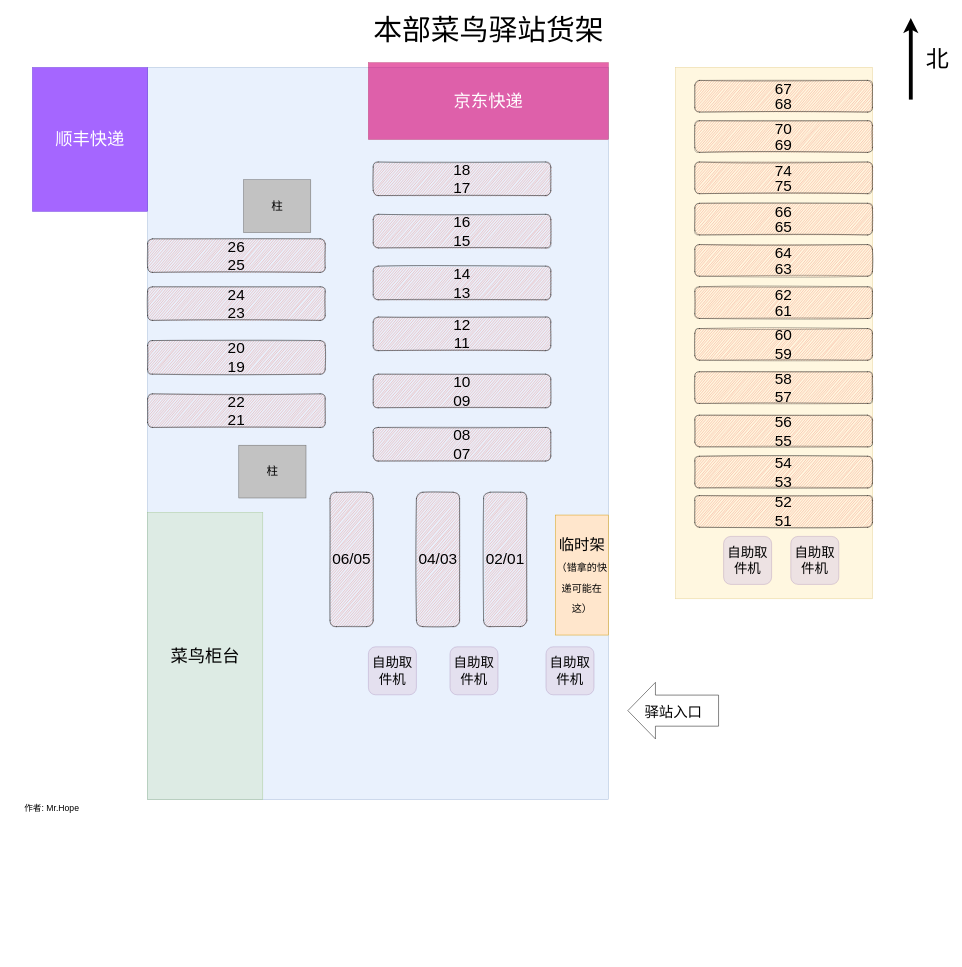
Before: img/express/benbu.drawio in inNENU/resource, a draw.io diagram. Source tidied: cells renumbered, new cells numbered last; positions are measured from the earlier drawing's top-left corner, leaving out a move shared by most shapes. Both pictures are drawn from the tidied source at 48%, with x=0, y=0 at pixel (18, 8).
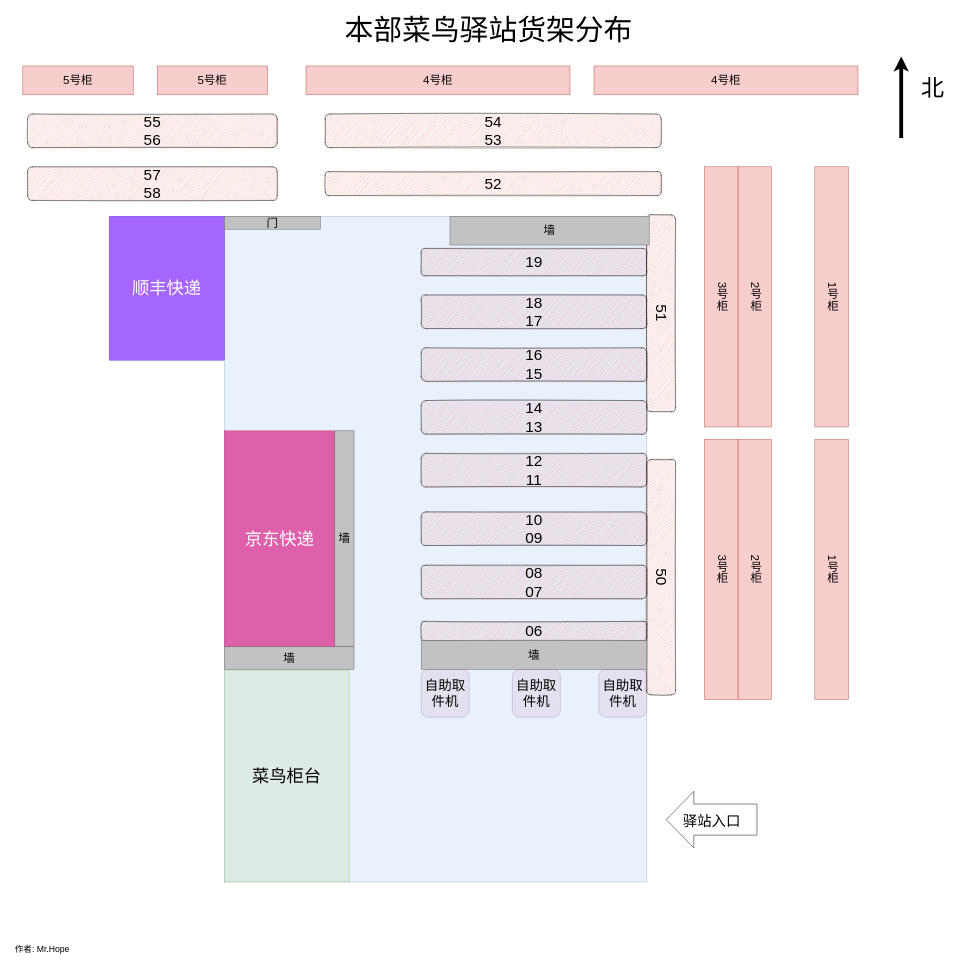
Above is the later version.

What changed in the source:
```diff
@@
     <mxCell id="2" style="rounded=0;whiteSpace=wrap;html=1;fillColor=#dae8fc;strokeColor=#6c8ebf;align=right;opacity=60;fontSize=36;labelPosition=left;verticalLabelPosition=middle;verticalAlign=middle;" parent="1" vertex="1">
-      <mxGeometry x="270" y="123" width="960" height="1525" as="geometry" />
+      <mxGeometry x="430" y="433" width="880" height="1387" as="geometry" />
     </mxCell>
-    <mxCell id="3" style="rounded=0;whiteSpace=wrap;html=1;fillColor=#fff2cc;strokeColor=#d6b656;align=center;opacity=60;fontSize=36;" parent="1" vertex="1">
-      <mxGeometry x="1370" y="123" width="410" height="1107" as="geometry" />
-    </mxCell>
     <mxCell id="4" value="菜鸟柜台" style="rounded=0;whiteSpace=wrap;html=1;shadow=0;glass=0;sketch=0;fillStyle=auto;fontSize=36;fillColor=#d5e8d4;opacity=60;strokeColor=#82b366;" parent="1" vertex="1">
-      <mxGeometry x="270" y="1050" width="240" height="598" as="geometry" />
+      <mxGeometry x="430" y="1380" width="260" height="440" as="geometry" />
     </mxCell>
     <mxCell id="5" value="京东快递" style="rounded=0;whiteSpace=wrap;html=1;shadow=0;glass=0;sketch=0;fillStyle=auto;fontSize=36;fillColor=#d80073;opacity=60;fontColor=#ffffff;strokeColor=#A50040;" parent="1" vertex="1">
-      <mxGeometry x="730" y="113" width="500" height="160" as="geometry" />
+      <mxGeometry x="430" y="880" width="230" height="450" as="geometry" />
     </mxCell>
     <mxCell id="6" value="&lt;font style=&quot;font-size: 30px;&quot;&gt;驿站入口&lt;/font&gt;" style="shape=flexArrow;endArrow=classic;html=1;rounded=0;fontSize=36;width=64.76190476190476;endSize=18.83809523809524;endWidth=52.06349206349206;" parent="1" edge="1">
       <mxGeometry relative="1" as="geometry">
-        <mxPoint x="1460" y="1463" as="sourcePoint" />
-        <mxPoint x="1270" y="1463" as="targetPoint" />
+        <mxPoint x="1540" y="1690" as="sourcePoint" />
+        <mxPoint x="1350" y="1690" as="targetPoint" />
       </mxGeometry>
     </mxCell>
-    <mxCell id="7" value="&lt;font style=&quot;font-size: 60px;&quot;&gt;本部菜鸟驿站货架&lt;/font&gt;" style="text;html=1;align=center;verticalAlign=middle;fillColor=none;strokeColor=none;rounded=0;fontSize=36;" parent="1" vertex="1">
-      <mxGeometry x="730" width="500" height="90" as="geometry" />
+    <mxCell id="7" value="&lt;font style=&quot;font-size: 60px;&quot;&gt;本部菜鸟驿站货架分布&lt;/font&gt;" style="text;html=1;align=center;verticalAlign=middle;fillColor=none;strokeColor=none;rounded=0;fontSize=36;" parent="1" vertex="1">
+      <mxGeometry x="670" width="620" height="90" as="geometry" />
     </mxCell>
     <mxCell id="8" value="作者: Mr.Hope" style="text;html=1;align=center;verticalAlign=middle;fillColor=none;strokeColor=none;rounded=0;fontSize=18;" parent="1" vertex="1">
-      <mxGeometry y="1647" width="140" height="40" as="geometry" />
+      <mxGeometry x="-20" y="1940" width="140" height="40" as="geometry" />
     </mxCell>
     <mxCell id="9" style="group;" parent="1" vertex="1">
-      <mxGeometry x="1860" y="20" width="90" height="170" as="geometry" />
+      <mxGeometry x="1840" y="100" width="90" height="170" as="geometry" />
     </mxCell>
@@
     <mxCell id="11" value="&lt;font style=&quot;font-size: 48px;&quot;&gt;北&lt;/font&gt;" style="text;html=1;align=center;verticalAlign=middle;fillColor=none;strokeColor=none;rounded=0;fontSize=36;" parent="9" vertex="1">
-      <mxGeometry x="20" y="50" width="70" height="70" as="geometry" />
+      <mxGeometry x="30" y="30" width="70" height="70" as="geometry" />
     </mxCell>
-    <mxCell id="12" value="&lt;font style=&quot;font-size: 32px;&quot;&gt;临时架&lt;/font&gt;&lt;br&gt;&lt;font style=&quot;font-size: 21px;&quot;&gt;（错拿的快递可能在这）&lt;/font&gt;" style="rounded=0;whiteSpace=wrap;html=1;shadow=0;glass=0;sketch=0;fillColor=#ffe6cc;strokeColor=#d79b00;fontSize=36;" parent="1" vertex="1">
-      <mxGeometry x="1120" y="1055.5" width="110" height="250" as="geometry" />
-    </mxCell>
-    <mxCell id="13" value="02/01" style="rounded=1;whiteSpace=wrap;html=1;shadow=0;glass=0;sketch=1;fillStyle=auto;fontSize=32;fontColor=none;fillColor=#E85642;gradientColor=none;opacity=60;" parent="1" vertex="1">
-      <mxGeometry x="970" y="1008" width="90" height="280" as="geometry" />
-    </mxCell>
-    <mxCell id="14" value="04/03" style="rounded=1;whiteSpace=wrap;html=1;shadow=0;glass=0;sketch=1;fillStyle=auto;fontSize=32;fontColor=none;fillColor=#E85642;gradientColor=none;opacity=60;" parent="1" vertex="1">
-      <mxGeometry x="830" y="1008" width="90" height="280" as="geometry" />
-    </mxCell>
-    <mxCell id="15" value="06/05" style="rounded=1;whiteSpace=wrap;html=1;shadow=0;glass=0;sketch=1;fillStyle=auto;fontSize=32;fontColor=none;fillColor=#E85642;gradientColor=none;opacity=60;" parent="1" vertex="1">
-      <mxGeometry x="650" y="1008" width="90" height="280" as="geometry" />
-    </mxCell>
     <mxCell id="16" value="08&lt;br style=&quot;font-size: 32px;&quot;&gt;07" style="rounded=1;whiteSpace=wrap;html=1;shadow=0;glass=0;sketch=1;fillStyle=auto;fontSize=32;fontColor=none;fillColor=#E85642;gradientColor=none;opacity=60;spacing=2;" parent="1" vertex="1">
-      <mxGeometry x="740" y="873" width="370" height="70" as="geometry" />
+      <mxGeometry x="840" y="1160" width="470" height="70" as="geometry" />
     </mxCell>
     <mxCell id="17" value="10&lt;br style=&quot;font-size: 32px;&quot;&gt;09" style="rounded=1;whiteSpace=wrap;html=1;shadow=0;glass=0;sketch=1;fillStyle=auto;fontSize=32;fontColor=none;fillColor=#E85642;gradientColor=none;opacity=60;spacing=2;" parent="1" vertex="1">
-      <mxGeometry x="740" y="762" width="370" height="70" as="geometry" />
+      <mxGeometry x="840" y="1049" width="470" height="70" as="geometry" />
     </mxCell>
@@
     <mxCell id="19" value="12&lt;br style=&quot;font-size: 32px;&quot;&gt;11" style="rounded=1;whiteSpace=wrap;html=1;shadow=0;glass=0;sketch=1;fillStyle=auto;fontSize=32;fontColor=none;fillColor=#E85642;gradientColor=none;opacity=60;spacing=2;" parent="1" vertex="1">
-      <mxGeometry x="740" y="643" width="370" height="70" as="geometry" />
+      <mxGeometry x="840" y="927" width="470" height="70" as="geometry" />
     </mxCell>
     <mxCell id="20" value="14&lt;br style=&quot;font-size: 32px;&quot;&gt;13" style="rounded=1;whiteSpace=wrap;html=1;shadow=0;glass=0;sketch=1;fillStyle=auto;fontSize=32;fontColor=none;fillColor=#E85642;gradientColor=none;opacity=60;spacing=2;" parent="1" vertex="1">
-      <mxGeometry x="740" y="537" width="370" height="70" as="geometry" />
+      <mxGeometry x="840" y="817" width="470" height="70" as="geometry" />
     </mxCell>
     <mxCell id="21" value="16&lt;br style=&quot;font-size: 32px;&quot;&gt;15" style="rounded=1;whiteSpace=wrap;html=1;shadow=0;glass=0;sketch=1;fillStyle=auto;fontSize=32;fontColor=none;fillColor=#E85642;gradientColor=none;opacity=60;spacing=2;" parent="1" vertex="1">
-      <mxGeometry x="740" y="429" width="370" height="70" as="geometry" />
+      <mxGeometry x="840" y="707" width="470" height="70" as="geometry" />
     </mxCell>
-    <mxCell id="22" value="18&lt;br style=&quot;font-size: 32px;&quot;&gt;17" style="rounded=1;whiteSpace=wrap;html=1;shadow=0;glass=0;sketch=1;fillStyle=auto;fontSize=32;fontColor=none;fillColor=#E85642;gradientColor=none;opacity=60;spacing=2;" parent="1" vertex="1">
-      <mxGeometry x="740" y="320" width="370" height="70" as="geometry" />
+    <mxCell id="22" value="55&lt;div&gt;56&lt;/div&gt;" style="rounded=1;whiteSpace=wrap;html=1;shadow=0;glass=0;sketch=1;fillStyle=auto;fontSize=32;fontColor=none;fillColor=#E85642;gradientColor=none;opacity=60;spacing=2;" parent="1" vertex="1">
+      <mxGeometry x="20" y="220" width="520" height="70" as="geometry" />
     </mxCell>
     <mxCell id="23" value="顺丰快递" style="rounded=0;whiteSpace=wrap;html=1;shadow=0;glass=0;sketch=0;fillStyle=auto;fontSize=36;fillColor=#6a00ff;opacity=60;fontColor=#ffffff;strokeColor=#3700CC;" parent="1" vertex="1">
-      <mxGeometry x="30" y="123" width="240" height="300" as="geometry" />
+      <mxGeometry x="190" y="433" width="240" height="300" as="geometry" />
     </mxCell>
-    <mxCell id="24" value="22&lt;br style=&quot;font-size: 32px;&quot;&gt;21" style="rounded=1;whiteSpace=wrap;html=1;shadow=0;glass=0;sketch=1;fillStyle=auto;fontSize=32;fontColor=none;fillColor=#E85642;gradientColor=none;opacity=60;spacing=2;" parent="1" vertex="1">
-      <mxGeometry x="270" y="803" width="370" height="70" as="geometry" />
-    </mxCell>
-    <mxCell id="25" value="24&lt;br style=&quot;font-size: 32px;&quot;&gt;23" style="rounded=1;whiteSpace=wrap;html=1;shadow=0;glass=0;sketch=1;fillStyle=auto;fontSize=32;fontColor=none;fillColor=#E85642;gradientColor=none;opacity=60;spacing=2;" parent="1" vertex="1">
-      <mxGeometry x="270" y="580" width="370" height="70" as="geometry" />
-    </mxCell>
-    <mxCell id="26" value="26&lt;br style=&quot;font-size: 32px;&quot;&gt;25" style="rounded=1;whiteSpace=wrap;html=1;shadow=0;glass=0;sketch=1;fillStyle=auto;fontSize=32;fontColor=none;fillColor=#E85642;gradientColor=none;opacity=60;spacing=2;" parent="1" vertex="1">
-      <mxGeometry x="270" y="480" width="370" height="70" as="geometry" />
-    </mxCell>
-    <mxCell id="27" value="柱" style="rounded=0;whiteSpace=wrap;html=1;glass=0;shadow=0;sketch=0;fillColor=#C2C2C2;gradientColor=none;strokeColor=#666666;fillStyle=auto;fontSize=24;" parent="1" vertex="1">
-      <mxGeometry x="460" y="910" width="140" height="110" as="geometry" />
-    </mxCell>
-    <mxCell id="28" value="柱" style="rounded=0;whiteSpace=wrap;html=1;glass=0;shadow=0;sketch=0;fillColor=#C2C2C2;gradientColor=none;strokeColor=#666666;fillStyle=auto;fontSize=24;" parent="1" vertex="1">
-      <mxGeometry x="470" y="357" width="140" height="110" as="geometry" />
+    <mxCell id="28" value="墙" style="rounded=0;whiteSpace=wrap;html=1;glass=0;shadow=0;sketch=0;fillColor=#C2C2C2;gradientColor=none;strokeColor=#666666;fillStyle=auto;fontSize=24;" parent="1" vertex="1">
+      <mxGeometry x="660" y="880" width="40" height="450" as="geometry" />
     </mxCell>
-    <mxCell id="29" value="&lt;p style=&quot;line-height: 100%;&quot;&gt;67&lt;br&gt;68&lt;/p&gt;" style="rounded=1;whiteSpace=wrap;html=1;shadow=0;glass=0;sketch=1;fillStyle=auto;fontSize=32;fontColor=none;fillColor=#E85642;gradientColor=none;opacity=60;spacing=2;" parent="1" vertex="1">
-      <mxGeometry x="1410" y="150" width="370" height="66" as="geometry" />
-    </mxCell>
-    <mxCell id="30" value="&lt;p style=&quot;line-height: 100%;&quot;&gt;70&lt;br&gt;69&lt;/p&gt;" style="rounded=1;whiteSpace=wrap;html=1;shadow=0;glass=0;sketch=1;fillStyle=auto;fontSize=32;fontColor=none;fillColor=#E85642;gradientColor=none;opacity=60;spacing=2;" parent="1" vertex="1">
-      <mxGeometry x="1410" y="234" width="370" height="66" as="geometry" />
-    </mxCell>
-    <mxCell id="31" value="&lt;p style=&quot;line-height: 100%;&quot;&gt;74&lt;br&gt;75&lt;/p&gt;" style="rounded=1;whiteSpace=wrap;html=1;shadow=0;glass=0;sketch=1;fillStyle=auto;fontSize=32;fontColor=none;fillColor=#E85642;gradientColor=none;opacity=60;spacing=2;" parent="1" vertex="1">
-      <mxGeometry x="1410" y="320" width="370" height="66" as="geometry" />
-    </mxCell>
-    <mxCell id="32" value="&lt;p style=&quot;line-height: 100%;&quot;&gt;66&lt;br&gt;65&lt;/p&gt;" style="rounded=1;whiteSpace=wrap;html=1;shadow=0;glass=0;sketch=1;fillStyle=auto;fontSize=32;fontColor=none;fillColor=#E85642;gradientColor=none;opacity=60;spacing=2;" parent="1" vertex="1">
-      <mxGeometry x="1410" y="406" width="370" height="66" as="geometry" />
-    </mxCell>
-    <mxCell id="33" value="&lt;p style=&quot;line-height: 100%;&quot;&gt;64&lt;br&gt;63&lt;/p&gt;" style="rounded=1;whiteSpace=wrap;html=1;shadow=0;glass=0;sketch=1;fillStyle=auto;fontSize=32;fontColor=none;fillColor=#E85642;gradientColor=none;opacity=60;spacing=2;" parent="1" vertex="1">
-      <mxGeometry x="1410" y="492" width="370" height="66" as="geometry" />
-    </mxCell>
-    <mxCell id="34" value="&lt;p style=&quot;line-height: 100%;&quot;&gt;62&lt;br&gt;61&lt;/p&gt;" style="rounded=1;whiteSpace=wrap;html=1;shadow=0;glass=0;sketch=1;fillStyle=auto;fontSize=32;fontColor=none;fillColor=#E85642;gradientColor=none;opacity=60;spacing=2;" parent="1" vertex="1">
-      <mxGeometry x="1410" y="580" width="370" height="66" as="geometry" />
-    </mxCell>
-    <mxCell id="35" value="自助取件机" style="rounded=1;whiteSpace=wrap;html=1;shadow=0;glass=0;sketch=0;fillStyle=auto;fontSize=28;fillColor=#e1d5e7;opacity=60;strokeColor=#9673a6;" parent="1" vertex="1">
-      <mxGeometry x="1470" y="1100" width="100" height="100" as="geometry" />
-    </mxCell>
-    <mxCell id="36" value="60&lt;br&gt;59" style="rounded=1;whiteSpace=wrap;html=1;shadow=0;glass=0;sketch=1;fillStyle=auto;fontSize=32;fontColor=none;fillColor=#E85642;gradientColor=none;opacity=60;spacing=2;" parent="1" vertex="1">
-      <mxGeometry x="1410" y="667" width="370" height="66" as="geometry" />
-    </mxCell>
-    <mxCell id="37" value="58&lt;br&gt;57" style="rounded=1;whiteSpace=wrap;html=1;shadow=0;glass=0;sketch=1;fillStyle=auto;fontSize=32;fontColor=none;fillColor=#E85642;gradientColor=none;opacity=60;spacing=2;" parent="1" vertex="1">
-      <mxGeometry x="1410" y="757" width="370" height="66" as="geometry" />
-    </mxCell>
-    <mxCell id="38" value="56&lt;br&gt;55" style="rounded=1;whiteSpace=wrap;html=1;shadow=0;glass=0;sketch=1;fillStyle=auto;fontSize=32;fontColor=none;fillColor=#E85642;gradientColor=none;opacity=60;spacing=2;" parent="1" vertex="1">
-      <mxGeometry x="1410" y="847.5" width="370" height="66" as="geometry" />
-    </mxCell>
-    <mxCell id="39" value="54&lt;br&gt;53" style="rounded=1;whiteSpace=wrap;html=1;shadow=0;glass=0;sketch=1;fillStyle=auto;fontSize=32;fontColor=none;fillColor=#E85642;gradientColor=none;opacity=60;spacing=2;" parent="1" vertex="1">
-      <mxGeometry x="1410" y="933" width="370" height="66" as="geometry" />
-    </mxCell>
-    <mxCell id="40" value="52&lt;br&gt;51" style="rounded=1;whiteSpace=wrap;html=1;shadow=0;glass=0;sketch=1;fillStyle=auto;fontSize=32;fontColor=none;fillColor=#E85642;gradientColor=none;opacity=60;spacing=2;" parent="1" vertex="1">
-      <mxGeometry x="1410" y="1015" width="370" height="66" as="geometry" />
-    </mxCell>
-    <mxCell id="41" value="自助取件机" style="rounded=1;whiteSpace=wrap;html=1;shadow=0;glass=0;sketch=0;fillStyle=auto;fontSize=28;fillColor=#e1d5e7;opacity=60;strokeColor=#9673a6;" parent="1" vertex="1">
-      <mxGeometry x="1610" y="1100" width="100" height="100" as="geometry" />
-    </mxCell>
     <mxCell id="42" value="自助取件机" style="rounded=1;whiteSpace=wrap;html=1;shadow=0;glass=0;sketch=0;fillStyle=auto;fontSize=28;fillColor=#e1d5e7;opacity=60;strokeColor=#9673a6;" parent="1" vertex="1">
-      <mxGeometry x="730" y="1330" width="100" height="100" as="geometry" />
+      <mxGeometry x="840" y="1377" width="100" height="100" as="geometry" />
     </mxCell>
     <mxCell id="43" value="自助取件机" style="rounded=1;whiteSpace=wrap;html=1;shadow=0;glass=0;sketch=0;fillStyle=auto;fontSize=28;fillColor=#e1d5e7;opacity=60;strokeColor=#9673a6;" parent="1" vertex="1">
-      <mxGeometry x="900" y="1330" width="100" height="100" as="geometry" />
+      <mxGeometry x="1030" y="1377" width="100" height="100" as="geometry" />
     </mxCell>
-    <mxCell id="44" value="20&lt;br&gt;19" style="rounded=1;whiteSpace=wrap;html=1;shadow=0;glass=0;sketch=1;fillStyle=auto;fontSize=32;fontColor=none;fillColor=#E85642;gradientColor=none;opacity=60;spacing=2;" parent="1" vertex="1">
-      <mxGeometry x="270" y="692" width="370" height="70" as="geometry" />
-    </mxCell>
     <mxCell id="45" value="自助取件机" style="rounded=1;whiteSpace=wrap;html=1;shadow=0;glass=0;sketch=0;fillStyle=auto;fontSize=28;fillColor=#e1d5e7;opacity=60;strokeColor=#9673a6;" parent="1" vertex="1">
-      <mxGeometry x="1100" y="1330" width="100" height="100" as="geometry" />
+      <mxGeometry x="1210" y="1377" width="100" height="100" as="geometry" />
     </mxCell>
+    <mxCell id="46" value="门" style="rounded=0;whiteSpace=wrap;html=1;glass=0;shadow=0;sketch=0;fillColor=#C2C2C2;gradientColor=none;strokeColor=#666666;fillStyle=auto;fontSize=24;" parent="1" vertex="1">
+      <mxGeometry x="430" y="433" width="200" height="27" as="geometry" />
+    </mxCell>
+    <mxCell id="47" value="57&lt;div&gt;58&lt;/div&gt;" style="rounded=1;whiteSpace=wrap;html=1;shadow=0;glass=0;sketch=1;fillStyle=auto;fontSize=32;fontColor=none;fillColor=#E85642;gradientColor=none;opacity=60;spacing=2;" parent="1" vertex="1">
+      <mxGeometry x="20" y="330" width="520" height="70" as="geometry" />
+    </mxCell>
+    <mxCell id="48" value="5号柜" style="rounded=0;whiteSpace=wrap;html=1;glass=0;shadow=0;sketch=0;fillColor=#f8cecc;strokeColor=#b85450;fillStyle=auto;fontSize=24;" parent="1" vertex="1">
+      <mxGeometry x="290" y="120" width="230" height="60" as="geometry" />
+    </mxCell>
+    <mxCell id="49" value="4号柜" style="rounded=0;whiteSpace=wrap;html=1;glass=0;shadow=0;sketch=0;fillColor=#f8cecc;strokeColor=#b85450;fillStyle=auto;fontSize=24;" parent="1" vertex="1">
+      <mxGeometry x="1200" y="120" width="550" height="60" as="geometry" />
+    </mxCell>
+    <mxCell id="50" value="50" style="rounded=1;whiteSpace=wrap;html=1;shadow=0;glass=0;sketch=1;fillStyle=auto;fontSize=32;fontColor=none;fillColor=#E85642;gradientColor=none;opacity=60;spacing=2;direction=west;textDirection=vertical-lr;" parent="1" vertex="1">
+      <mxGeometry x="1310" y="940" width="60" height="490" as="geometry" />
+    </mxCell>
+    <mxCell id="51" value="1号柜" style="rounded=0;whiteSpace=wrap;html=1;glass=0;shadow=0;sketch=0;fillColor=#f8cecc;strokeColor=#b85450;fillStyle=auto;fontSize=24;direction=south;textDirection=vertical-lr;" parent="1" vertex="1">
+      <mxGeometry x="1660" y="898" width="70" height="542" as="geometry" />
+    </mxCell>
+    <mxCell id="52" value="2号柜" style="rounded=0;whiteSpace=wrap;html=1;glass=0;shadow=0;sketch=0;fillColor=#f8cecc;strokeColor=#b85450;fillStyle=auto;fontSize=24;direction=south;textDirection=vertical-lr;" parent="1" vertex="1">
+      <mxGeometry x="1500" y="898" width="70" height="542" as="geometry" />
+    </mxCell>
+    <mxCell id="53" value="3号柜" style="rounded=0;whiteSpace=wrap;html=1;glass=0;shadow=0;sketch=0;fillColor=#f8cecc;strokeColor=#b85450;fillStyle=auto;fontSize=24;direction=south;textDirection=vertical-lr;" parent="1" vertex="1">
+      <mxGeometry x="1430" y="898" width="70" height="542" as="geometry" />
+    </mxCell>
+    <mxCell id="54" value="06" style="rounded=1;whiteSpace=wrap;html=1;shadow=0;glass=0;sketch=1;fillStyle=auto;fontSize=32;fontColor=none;fillColor=#E85642;gradientColor=none;opacity=60;spacing=2;" parent="1" vertex="1">
+      <mxGeometry x="840" y="1277" width="470" height="40" as="geometry" />
+    </mxCell>
+    <mxCell id="55" value="18&lt;div&gt;17&lt;/div&gt;" style="rounded=1;whiteSpace=wrap;html=1;shadow=0;glass=0;sketch=1;fillStyle=auto;fontSize=32;fontColor=none;fillColor=#E85642;gradientColor=none;opacity=60;spacing=2;" parent="1" vertex="1">
+      <mxGeometry x="840" y="597" width="470" height="70" as="geometry" />
+    </mxCell>
+    <mxCell id="56" value="19" style="rounded=1;whiteSpace=wrap;html=1;shadow=0;glass=0;sketch=1;fillStyle=auto;fontSize=32;fontColor=none;fillColor=#E85642;gradientColor=none;opacity=60;spacing=2;" parent="1" vertex="1">
+      <mxGeometry x="840" y="500" width="470" height="57" as="geometry" />
+    </mxCell>
+    <mxCell id="57" value="51" style="rounded=1;whiteSpace=wrap;html=1;shadow=0;glass=0;sketch=1;fillStyle=auto;fontSize=32;fontColor=none;fillColor=#E85642;gradientColor=none;opacity=60;spacing=2;direction=west;textDirection=vertical-lr;" parent="1" vertex="1">
+      <mxGeometry x="1310" y="430" width="60" height="410" as="geometry" />
+    </mxCell>
+    <mxCell id="58" value="墙" style="rounded=0;whiteSpace=wrap;html=1;glass=0;shadow=0;sketch=0;fillColor=#C2C2C2;gradientColor=none;strokeColor=#666666;fillStyle=auto;fontSize=24;" parent="1" vertex="1">
+      <mxGeometry x="430" y="1330" width="270" height="47" as="geometry" />
+    </mxCell>
+    <mxCell id="59" value="52" style="rounded=1;whiteSpace=wrap;html=1;shadow=0;glass=0;sketch=1;fillStyle=auto;fontSize=32;fontColor=none;fillColor=#E85642;gradientColor=none;opacity=60;spacing=2;" parent="1" vertex="1">
+      <mxGeometry x="640" y="340" width="700" height="50" as="geometry" />
+    </mxCell>
+    <mxCell id="39" value="54&lt;div&gt;53&lt;/div&gt;" style="rounded=1;whiteSpace=wrap;html=1;shadow=0;glass=0;sketch=1;fillStyle=auto;fontSize=32;fontColor=none;fillColor=#E85642;gradientColor=none;opacity=60;spacing=2;" parent="1" vertex="1">
+      <mxGeometry x="640" y="220" width="700" height="70" as="geometry" />
+    </mxCell>
+    <mxCell id="60" value="墙" style="rounded=0;whiteSpace=wrap;html=1;glass=0;shadow=0;sketch=0;fillColor=#C2C2C2;gradientColor=none;strokeColor=#666666;fillStyle=auto;fontSize=24;" parent="1" vertex="1">
+      <mxGeometry x="840" y="1317" width="470" height="60" as="geometry" />
+    </mxCell>
+    <mxCell id="61" value="1号柜" style="rounded=0;whiteSpace=wrap;html=1;glass=0;shadow=0;sketch=0;fillColor=#f8cecc;strokeColor=#b85450;fillStyle=auto;fontSize=24;direction=south;textDirection=vertical-lr;" parent="1" vertex="1">
+      <mxGeometry x="1660" y="330" width="70" height="542" as="geometry" />
+    </mxCell>
+    <mxCell id="62" value="2号柜" style="rounded=0;whiteSpace=wrap;html=1;glass=0;shadow=0;sketch=0;fillColor=#f8cecc;strokeColor=#b85450;fillStyle=auto;fontSize=24;direction=south;textDirection=vertical-lr;" parent="1" vertex="1">
+      <mxGeometry x="1500" y="330" width="70" height="542" as="geometry" />
+    </mxCell>
+    <mxCell id="63" value="3号柜" style="rounded=0;whiteSpace=wrap;html=1;glass=0;shadow=0;sketch=0;fillColor=#f8cecc;strokeColor=#b85450;fillStyle=auto;fontSize=24;direction=south;textDirection=vertical-lr;" parent="1" vertex="1">
+      <mxGeometry x="1430" y="330" width="70" height="542" as="geometry" />
+    </mxCell>
+    <mxCell id="64" value="墙" style="rounded=0;whiteSpace=wrap;html=1;glass=0;shadow=0;sketch=0;fillColor=#C2C2C2;gradientColor=none;strokeColor=#666666;fillStyle=auto;fontSize=24;" parent="1" vertex="1">
+      <mxGeometry x="900" y="433" width="415" height="60" as="geometry" />
+    </mxCell>
+    <mxCell id="65" value="4号柜" style="rounded=0;whiteSpace=wrap;html=1;glass=0;shadow=0;sketch=0;fillColor=#f8cecc;strokeColor=#b85450;fillStyle=auto;fontSize=24;" parent="1" vertex="1">
+      <mxGeometry x="600" y="120" width="550" height="60" as="geometry" />
+    </mxCell>
+    <mxCell id="66" value="5号柜" style="rounded=0;whiteSpace=wrap;html=1;glass=0;shadow=0;sketch=0;fillColor=#f8cecc;strokeColor=#b85450;fillStyle=auto;fontSize=24;" parent="1" vertex="1">
+      <mxGeometry x="10" y="120" width="230" height="60" as="geometry" />
+    </mxCell>
```
